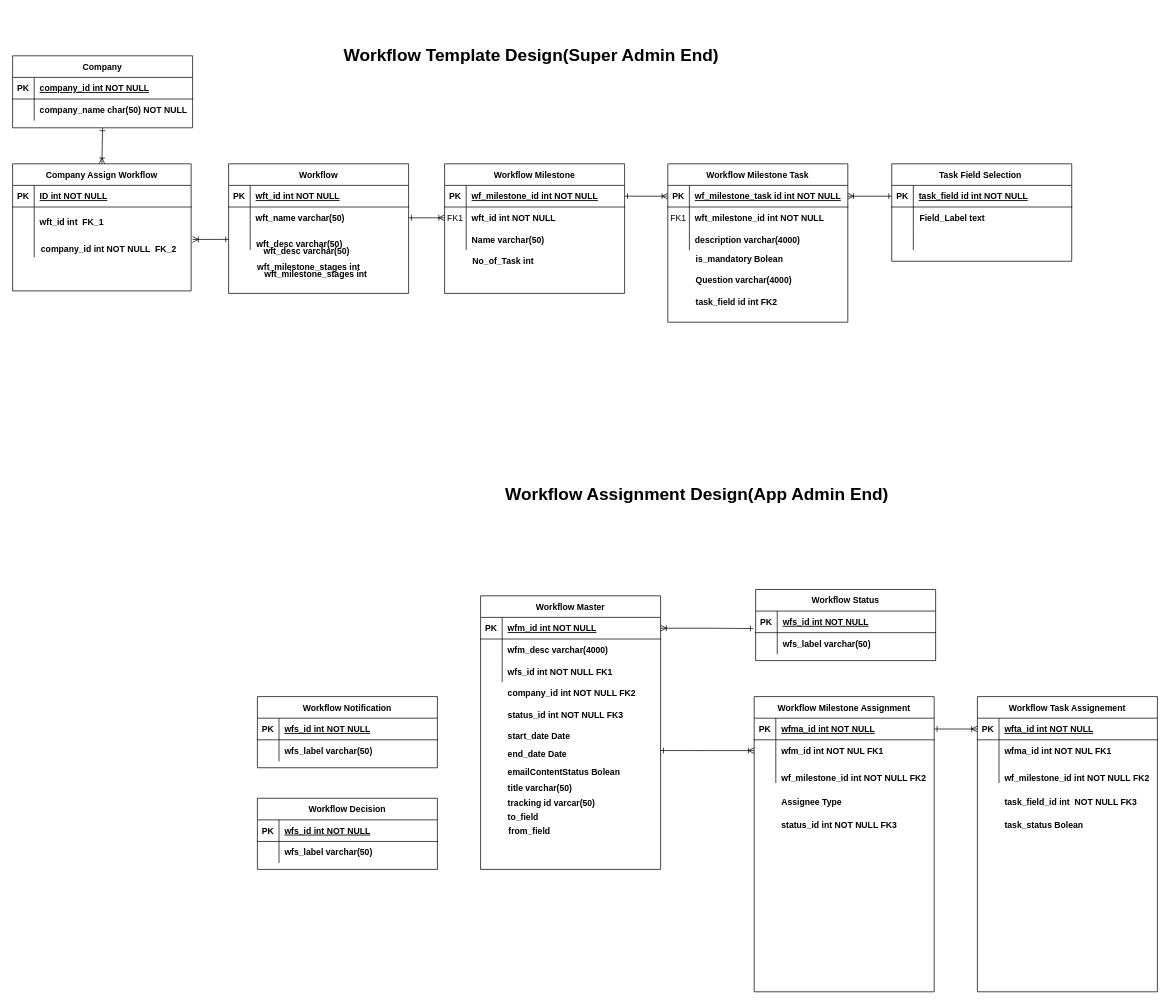
Earlier version of the draw.io diagram ID_Workflow.drawio (umerpaknamal/12PythonProjects). Source tidied: cells renumbered, new cells numbered last; positions are measured from the earlier drawing's top-left corner, leaving out a move shared by most shapes. Both pictures are drawn from the tidied source at 72%, with x=0, y=0 at pixel (12, 12).
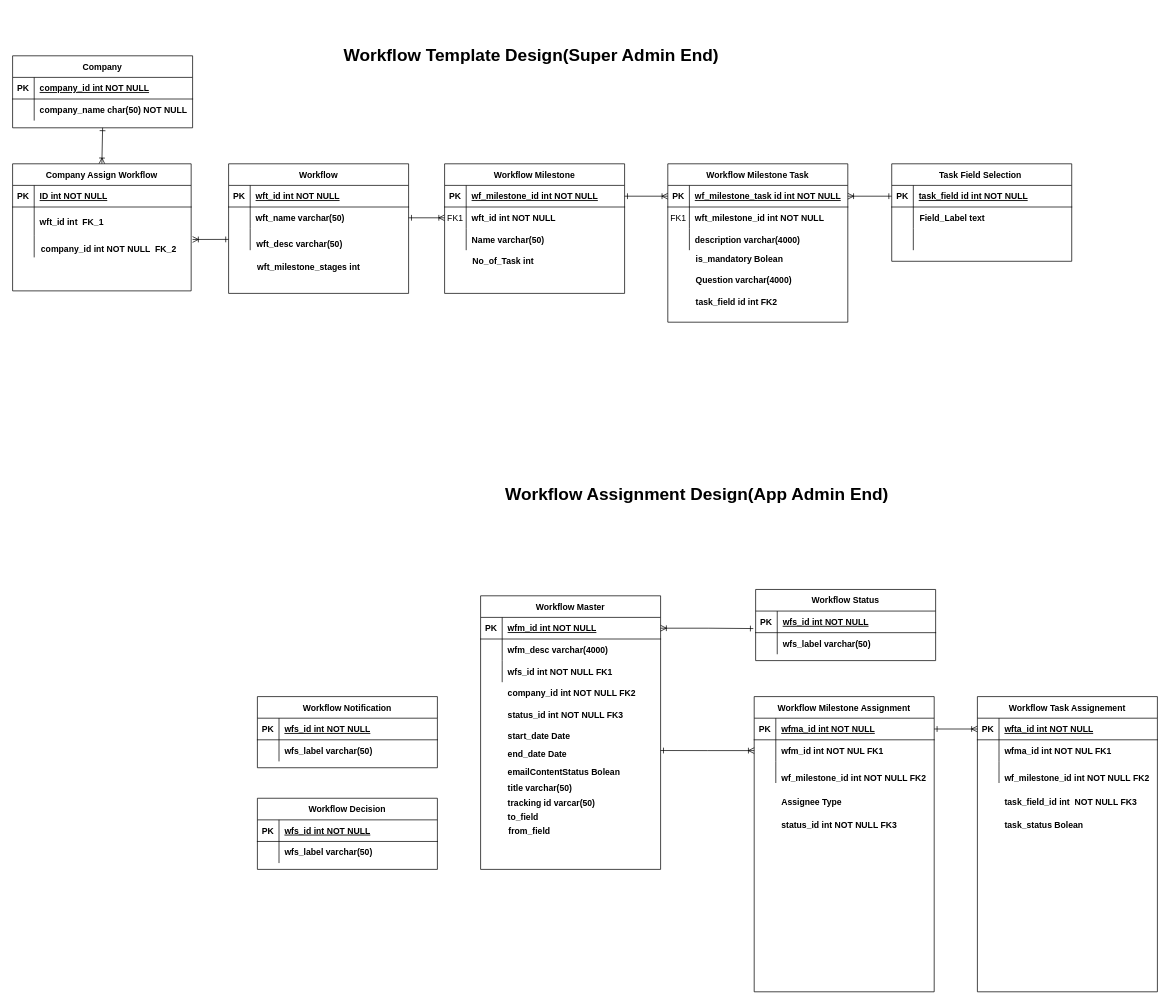
The same page after the edit.

The change refers to these unchanged cells:
```xml
<mxCell id="82" style="group;" parent="1" vertex="1">
  <mxGeometry x="310" y="220" width="252" height="180" as="geometry" />
</mxCell>
```

Change to the diagram source:
```diff
@@
-    <mxCell id="83" value="wft_desc varchar(50)" style="shape=partialRectangle;overflow=hidden;fillColor=none;top=0;left=0;bottom=0;right=0;align=left;spacingLeft=6;fontStyle=1;" parent="82" vertex="1">
+    <mxCell id="83" style="shape=partialRectangle;overflow=hidden;fillColor=none;top=0;left=0;bottom=0;right=0;align=left;spacingLeft=6;fontStyle=1;" parent="82" vertex="1">
       <mxGeometry x="31" y="95.3" width="220" height="31.8" as="geometry" />
     </mxCell>
-    <mxCell id="84" value="wft_milestone_stages int" style="shape=partialRectangle;overflow=hidden;fillColor=none;top=0;left=0;bottom=0;right=0;align=left;spacingLeft=6;fontStyle=1;" parent="82" vertex="1">
+    <mxCell id="84" style="shape=partialRectangle;overflow=hidden;fillColor=none;top=0;left=0;bottom=0;right=0;align=left;spacingLeft=6;fontStyle=1;" parent="82" vertex="1">
       <mxGeometry x="32" y="127.1" width="220" height="31.8" as="geometry" />
     </mxCell>
```
